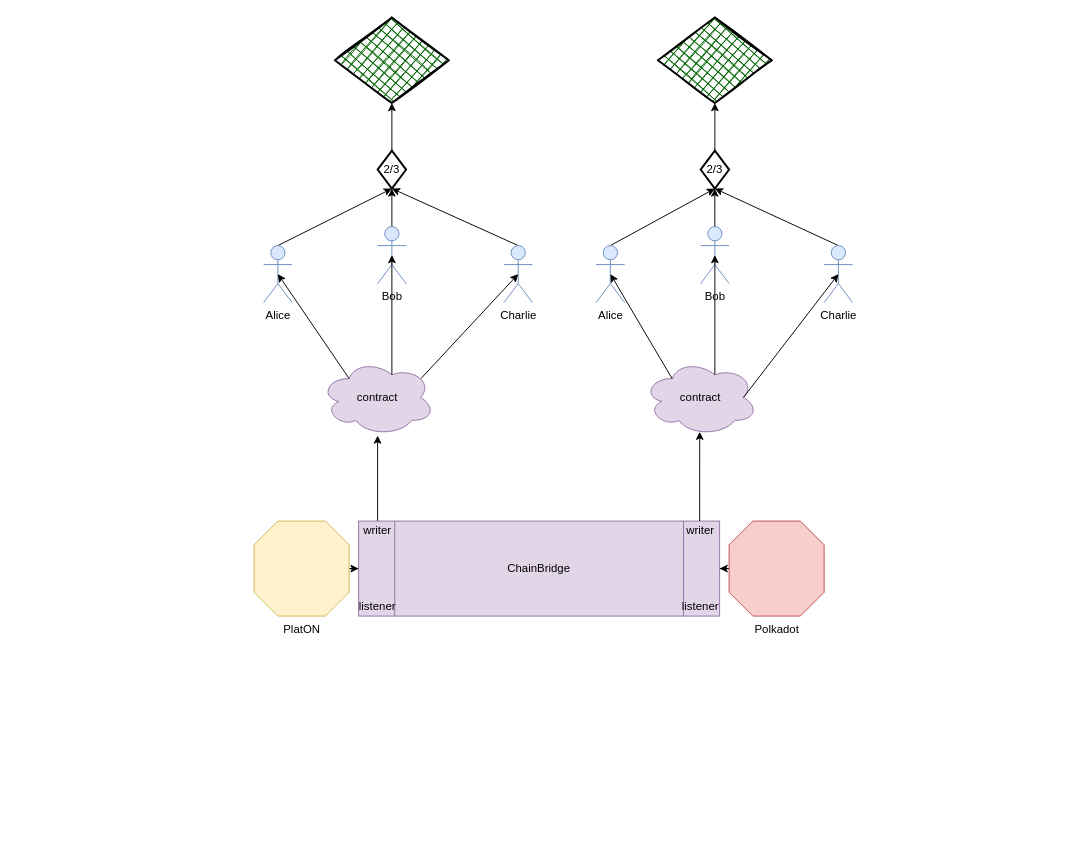
The draw.io diagram ChainBridgeDesign.drawio in 0xrjman/ChainBridgeDocs, before the edit. Source tidied: cells renumbered, new cells numbered last; positions are measured from the earlier drawing's top-left corner, leaving out a move shared by most shapes. Both pictures are drawn from the tidied source at 95%, with x=0, y=0 at pixel (254, 17).
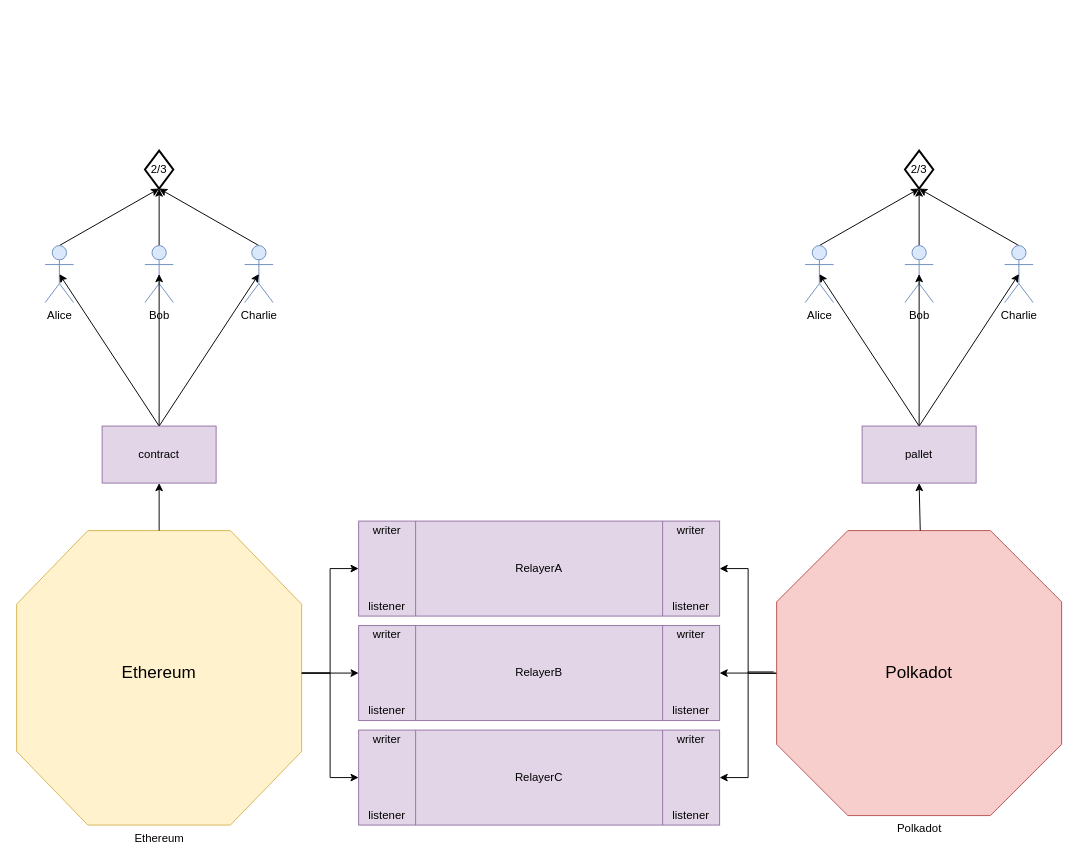
The same page after the edit.

The edit, as a diff of the source:
```diff
@@
     <mxCell id="2" style="edgeStyle=orthogonalEdgeStyle;rounded=0;jettySize=auto;html=1;" parent="1" edge="1" source="3" target="7">
-      <mxGeometry relative="1" as="geometry" />
+      <mxGeometry relative="1" as="geometry">
+        <Array as="points">
+          <mxPoint x="80" y="690" />
+          <mxPoint x="80" y="580" />
+        </Array>
+      </mxGeometry>
     </mxCell>
-    <mxCell id="3" value="PlatON" style="verticalLabelPosition=bottom;verticalAlign=top;html=1;shape=mxgraph.basic.polygon;polyCoords=[[0.25,0],[0.75,0],[1,0.25],[1,0.75],[0.75,1],[0.25,1],[0,0.75],[0,0.25]];polyline=0;fillColor=#fff2cc;strokeColor=#d6b656;" parent="1" vertex="1">
-      <mxGeometry y="530" width="100" height="100" as="geometry" />
+    <mxCell id="3" value="Ethereum" style="verticalLabelPosition=bottom;verticalAlign=top;html=1;shape=mxgraph.basic.polygon;polyCoords=[[0.25,0],[0.75,0],[1,0.25],[1,0.75],[0.75,1],[0.25,1],[0,0.75],[0,0.25]];polyline=0;fillColor=#fff2cc;strokeColor=#d6b656;" parent="1" vertex="1">
+      <mxGeometry x="-250" y="540" width="300" height="310" as="geometry" />
     </mxCell>
@@
     <mxCell id="5" value="Polkadot" style="verticalLabelPosition=bottom;verticalAlign=top;html=1;shape=mxgraph.basic.polygon;polyCoords=[[0.25,0],[0.75,0],[1,0.25],[1,0.75],[0.75,1],[0.25,1],[0,0.75],[0,0.25]];polyline=0;fillColor=#f8cecc;strokeColor=#b85450;" parent="1" vertex="1">
-      <mxGeometry x="500" y="530" width="100" height="100" as="geometry" />
+      <mxGeometry x="550" y="540" width="300" height="300" as="geometry" />
     </mxCell>
-    <mxCell id="6" style="rounded=0;jettySize=auto;html=1;exitX=0.5;exitY=0;exitDx=0;exitDy=0;" parent="1" edge="1" source="10" target="12">
+    <mxCell id="6" style="rounded=0;jettySize=auto;html=1;exitX=0.5;exitY=0;exitDx=0;exitDy=0;exitPerimeter=0;entryX=0.5;entryY=1;entryDx=0;entryDy=0;" parent="1" edge="1" source="3" target="39">
       <mxGeometry relative="1" as="geometry" />
     </mxCell>
-    <mxCell id="7" value="ChainBridge" style="shape=process;whiteSpace=wrap;html=1;backgroundOutline=1;fillColor=#e1d5e7;strokeColor=#9673a6;" parent="1" vertex="1">
+    <mxCell id="7" value="RelayerA" style="shape=process;whiteSpace=wrap;html=1;backgroundOutline=1;fillColor=#e1d5e7;strokeColor=#9673a6;size=0.15789473684210525;" parent="1" vertex="1">
       <mxGeometry x="110" y="530" width="380" height="100" as="geometry" />
     </mxCell>
     <mxCell id="8" value="listener" style="text;html=1;strokeColor=none;fillColor=none;align=center;verticalAlign=middle;whiteSpace=wrap;rounded=0;" parent="1" vertex="1">
-      <mxGeometry x="110" y="610" width="40" height="20" as="geometry" />
+      <mxGeometry x="120" y="610" width="40" height="20" as="geometry" />
     </mxCell>
     <mxCell id="9" value="listener" style="text;html=1;strokeColor=none;fillColor=none;align=center;verticalAlign=middle;whiteSpace=wrap;rounded=0;" parent="1" vertex="1">
-      <mxGeometry x="450" y="610" width="40" height="20" as="geometry" />
+      <mxGeometry x="440" y="610" width="40" height="20" as="geometry" />
     </mxCell>
     <mxCell id="10" value="writer" style="text;html=1;strokeColor=none;fillColor=none;align=center;verticalAlign=middle;whiteSpace=wrap;rounded=0;" parent="1" vertex="1">
-      <mxGeometry x="110" y="530" width="40" height="20" as="geometry" />
+      <mxGeometry x="120" y="530" width="40" height="20" as="geometry" />
     </mxCell>
     <mxCell id="11" value="writer" style="text;html=1;strokeColor=none;fillColor=none;align=center;verticalAlign=middle;whiteSpace=wrap;rounded=0;" parent="1" vertex="1">
-      <mxGeometry x="450" y="530" width="40" height="20" as="geometry" />
+      <mxGeometry x="440" y="530" width="40" height="20" as="geometry" />
     </mxCell>
-    <mxCell id="12" value="contract" style="ellipse;shape=cloud;whiteSpace=wrap;html=1;strokeColor=#9673a6;fillColor=#e1d5e7;" parent="1" vertex="1">
-      <mxGeometry x="70" y="360" width="120" height="80" as="geometry" />
-    </mxCell>
-    <mxCell id="13" value="contract" style="ellipse;shape=cloud;whiteSpace=wrap;html=1;strokeColor=#9673a6;fillColor=#e1d5e7;" parent="1" vertex="1">
-      <mxGeometry x="410" y="360" width="120" height="80" as="geometry" />
-    </mxCell>
-    <mxCell id="14" style="rounded=0;jettySize=auto;html=1;entryX=0.492;entryY=0.95;entryDx=0;entryDy=0;entryPerimeter=0;" parent="1" edge="1" target="13">
-      <mxGeometry relative="1" as="geometry">
-        <mxPoint x="469" y="530" as="sourcePoint" />
-      </mxGeometry>
+    <mxCell id="14" style="rounded=0;jettySize=auto;html=1;entryX=0.5;entryY=1;entryDx=0;entryDy=0;exitX=0.504;exitY=0;exitDx=0;exitDy=0;exitPerimeter=0;" parent="1" edge="1" source="5" target="46">
+      <mxGeometry relative="1" as="geometry" />
     </mxCell>
@@
     <mxCell id="16" value="Bob" style="shape=umlActor;verticalLabelPosition=bottom;verticalAlign=top;html=1;outlineConnect=0;fillColor=#dae8fc;strokeColor=#6c8ebf;" parent="1" vertex="1">
-      <mxGeometry x="130" y="220" width="30" height="60" as="geometry" />
+      <mxGeometry x="-115" y="240" width="30" height="60" as="geometry" />
     </mxCell>
-    <mxCell id="17" style="endArrow=classic;html=1;entryX=0.5;entryY=0.5;entryDx=0;entryDy=0;entryPerimeter=0;exitX=0.625;exitY=0.2;exitDx=0;exitDy=0;exitPerimeter=0;" parent="1" edge="1" source="12" target="16">
+    <mxCell id="17" style="endArrow=classic;html=1;entryX=0.5;entryY=0.5;entryDx=0;entryDy=0;entryPerimeter=0;exitX=0.5;exitY=0;exitDx=0;exitDy=0;" parent="1" edge="1" source="39" target="16">
       <mxGeometry relative="1" as="geometry" />
     </mxCell>
@@
     <mxCell id="19" value="Charlie" style="shape=umlActor;verticalLabelPosition=bottom;verticalAlign=top;html=1;outlineConnect=0;fillColor=#dae8fc;strokeColor=#6c8ebf;" parent="1" vertex="1">
-      <mxGeometry x="263" y="240" width="30" height="60" as="geometry" />
+      <mxGeometry x="-10" y="240" width="30" height="60" as="geometry" />
     </mxCell>
-    <mxCell id="20" style="endArrow=classic;html=1;entryX=0.5;entryY=0.5;entryDx=0;entryDy=0;entryPerimeter=0;exitX=0.88;exitY=0.25;exitDx=0;exitDy=0;exitPerimeter=0;" parent="1" edge="1" source="12" target="19">
+    <mxCell id="20" style="endArrow=classic;html=1;entryX=0.5;entryY=0.5;entryDx=0;entryDy=0;entryPerimeter=0;exitX=0.5;exitY=0;exitDx=0;exitDy=0;" parent="1" edge="1" source="39" target="19">
       <mxGeometry relative="1" as="geometry" />
     </mxCell>
@@
     <mxCell id="22" value="Alice" style="shape=umlActor;verticalLabelPosition=bottom;verticalAlign=top;html=1;outlineConnect=0;fillColor=#dae8fc;strokeColor=#6c8ebf;" parent="1" vertex="1">
-      <mxGeometry x="10" y="240" width="30" height="60" as="geometry" />
+      <mxGeometry x="-220" y="240" width="30" height="60" as="geometry" />
     </mxCell>
-    <mxCell id="23" style="endArrow=classic;html=1;entryX=0.5;entryY=0.5;entryDx=0;entryDy=0;entryPerimeter=0;exitX=0.25;exitY=0.25;exitDx=0;exitDy=0;exitPerimeter=0;" parent="1" edge="1" source="12" target="22">
+    <mxCell id="23" style="endArrow=classic;html=1;entryX=0.5;entryY=0.5;entryDx=0;entryDy=0;entryPerimeter=0;exitX=0.5;exitY=0;exitDx=0;exitDy=0;" parent="1" edge="1" source="39" target="22">
       <mxGeometry relative="1" as="geometry" />
     </mxCell>
-    <mxCell id="24" style="edgeStyle=none;rounded=0;jettySize=auto;html=1;exitX=0.5;exitY=0;exitDx=0;exitDy=0;exitPerimeter=0;" parent="1" edge="1" source="25">
-      <mxGeometry relative="1" as="geometry">
-        <mxPoint x="484.9" y="180" as="targetPoint" />
-      </mxGeometry>
-    </mxCell>
+    <mxCell id="35" value="2/3" style="strokeWidth=2;html=1;shape=mxgraph.flowchart.decision;whiteSpace=wrap;" parent="1" vertex="1">
+      <mxGeometry x="-115" y="140" width="30" height="40" as="geometry" />
+    </mxCell>
+    <mxCell id="39" value="contract" style="whiteSpace=wrap;html=1;strokeColor=#9673a6;fillColor=#e1d5e7;" parent="1" vertex="1">
+      <mxGeometry x="-160" y="430" width="120" height="60" as="geometry" />
+    </mxCell>
+    <mxCell id="40" style="edgeStyle=none;rounded=0;jettySize=auto;html=1;exitX=0.5;exitY=0;exitDx=0;exitDy=0;exitPerimeter=0;entryX=0.5;entryY=1;entryDx=0;entryDy=0;entryPerimeter=0;" parent="1" edge="1" source="25">
+      <mxGeometry relative="1" as="geometry">
+        <mxPoint x="700" y="180" as="targetPoint" />
+      </mxGeometry>
+    </mxCell>
     <mxCell id="25" value="Bob" style="shape=umlActor;verticalLabelPosition=bottom;verticalAlign=top;html=1;outlineConnect=0;fillColor=#dae8fc;strokeColor=#6c8ebf;" parent="1" vertex="1">
-      <mxGeometry x="470" y="220" width="30" height="60" as="geometry" />
+      <mxGeometry x="685" y="240" width="30" height="60" as="geometry" />
     </mxCell>
-    <mxCell id="26" style="edgeStyle=none;rounded=0;jettySize=auto;html=1;exitX=0.5;exitY=0;exitDx=0;exitDy=0;exitPerimeter=0;entryX=0.5;entryY=1;entryDx=0;entryDy=0;entryPerimeter=0;" parent="1" edge="1" source="27" target="38">
-      <mxGeometry relative="1" as="geometry" />
-    </mxCell>
+    <mxCell id="41" style="endArrow=classic;html=1;entryX=0.5;entryY=0.5;entryDx=0;entryDy=0;entryPerimeter=0;exitX=0.5;exitY=0;exitDx=0;exitDy=0;" parent="1" edge="1" source="46" target="25">
+      <mxGeometry relative="1" as="geometry" />
+    </mxCell>
+    <mxCell id="42" style="edgeStyle=none;rounded=0;jettySize=auto;html=1;exitX=0.5;exitY=0;exitDx=0;exitDy=0;exitPerimeter=0;entryX=0.5;entryY=1;entryDx=0;entryDy=0;entryPerimeter=0;" parent="1" edge="1" source="27">
+      <mxGeometry relative="1" as="geometry">
+        <mxPoint x="700" y="180" as="targetPoint" />
+      </mxGeometry>
+    </mxCell>
     <mxCell id="27" value="Charlie" style="shape=umlActor;verticalLabelPosition=bottom;verticalAlign=top;html=1;outlineConnect=0;fillColor=#dae8fc;strokeColor=#6c8ebf;" parent="1" vertex="1">
-      <mxGeometry x="600" y="240" width="30" height="60" as="geometry" />
+      <mxGeometry x="790" y="240" width="30" height="60" as="geometry" />
     </mxCell>
-    <mxCell id="28" style="edgeStyle=none;rounded=0;jettySize=auto;html=1;exitX=0.5;exitY=0;exitDx=0;exitDy=0;exitPerimeter=0;entryX=0.5;entryY=1;entryDx=0;entryDy=0;entryPerimeter=0;" parent="1" edge="1" source="29" target="38">
-      <mxGeometry relative="1" as="geometry" />
-    </mxCell>
+    <mxCell id="43" style="endArrow=classic;html=1;entryX=0.5;entryY=0.5;entryDx=0;entryDy=0;entryPerimeter=0;exitX=0.5;exitY=0;exitDx=0;exitDy=0;" parent="1" edge="1" source="46" target="27">
+      <mxGeometry relative="1" as="geometry" />
+    </mxCell>
+    <mxCell id="44" style="edgeStyle=none;rounded=0;jettySize=auto;html=1;exitX=0.5;exitY=0;exitDx=0;exitDy=0;exitPerimeter=0;entryX=0.5;entryY=1;entryDx=0;entryDy=0;entryPerimeter=0;" parent="1" edge="1" source="29">
+      <mxGeometry relative="1" as="geometry">
+        <mxPoint x="700" y="180" as="targetPoint" />
+      </mxGeometry>
+    </mxCell>
     <mxCell id="29" value="Alice" style="shape=umlActor;verticalLabelPosition=bottom;verticalAlign=top;html=1;outlineConnect=0;fillColor=#dae8fc;strokeColor=#6c8ebf;" parent="1" vertex="1">
-      <mxGeometry x="360" y="240" width="30" height="60" as="geometry" />
+      <mxGeometry x="580" y="240" width="30" height="60" as="geometry" />
     </mxCell>
-    <mxCell id="30" style="endArrow=classic;html=1;exitX=0.25;exitY=0.25;exitDx=0;exitDy=0;exitPerimeter=0;entryX=0.5;entryY=0.5;entryDx=0;entryDy=0;entryPerimeter=0;" parent="1" edge="1" source="13" target="29">
-      <mxGeometry relative="1" as="geometry" />
-    </mxCell>
-    <mxCell id="31" style="endArrow=classic;html=1;entryX=0.5;entryY=0.5;entryDx=0;entryDy=0;entryPerimeter=0;exitX=0.625;exitY=0.2;exitDx=0;exitDy=0;exitPerimeter=0;" parent="1" edge="1" source="13" target="25">
-      <mxGeometry relative="1" as="geometry" />
-    </mxCell>
-    <mxCell id="32" style="endArrow=classic;html=1;exitX=0.875;exitY=0.5;exitDx=0;exitDy=0;exitPerimeter=0;entryX=0.5;entryY=0.5;entryDx=0;entryDy=0;entryPerimeter=0;" parent="1" edge="1" source="13" target="27">
-      <mxGeometry relative="1" as="geometry" />
-    </mxCell>
-    <mxCell id="33" style="rhombus;whiteSpace=wrap;html=1;strokeWidth=2;fillWeight=-1;hachureGap=8;fillStyle=cross-hatch;fillColor=#006600;sketch=1;" parent="1" vertex="1">
-      <mxGeometry x="85" width="120" height="90" as="geometry" />
-    </mxCell>
-    <mxCell id="34" style="edgeStyle=none;rounded=0;jettySize=auto;html=1;" parent="1" edge="1" source="35" target="33">
-      <mxGeometry relative="1" as="geometry" />
-    </mxCell>
-    <mxCell id="35" value="2/3" style="strokeWidth=2;html=1;shape=mxgraph.flowchart.decision;whiteSpace=wrap;" parent="1" vertex="1">
-      <mxGeometry x="130" y="140" width="30" height="40" as="geometry" />
-    </mxCell>
-    <mxCell id="36" style="rhombus;whiteSpace=wrap;html=1;strokeWidth=2;fillWeight=-1;hachureGap=8;fillStyle=cross-hatch;fillColor=#006600;sketch=1;" parent="1" vertex="1">
-      <mxGeometry x="425" width="120" height="90" as="geometry" />
-    </mxCell>
-    <mxCell id="37" style="edgeStyle=none;rounded=0;jettySize=auto;html=1;" parent="1" edge="1" source="38" target="36">
-      <mxGeometry relative="1" as="geometry" />
-    </mxCell>
+    <mxCell id="45" style="endArrow=classic;html=1;entryX=0.5;entryY=0.5;entryDx=0;entryDy=0;entryPerimeter=0;exitX=0.5;exitY=0;exitDx=0;exitDy=0;" parent="1" edge="1" source="46" target="29">
+      <mxGeometry relative="1" as="geometry" />
+    </mxCell>
     <mxCell id="38" value="2/3" style="strokeWidth=2;html=1;shape=mxgraph.flowchart.decision;whiteSpace=wrap;" parent="1" vertex="1">
-      <mxGeometry x="470" y="140" width="30" height="40" as="geometry" />
+      <mxGeometry x="685" y="140" width="30" height="40" as="geometry" />
     </mxCell>
+    <mxCell id="46" value="pallet" style="whiteSpace=wrap;html=1;strokeColor=#9673a6;fillColor=#e1d5e7;" parent="1" vertex="1">
+      <mxGeometry x="640" y="430" width="120" height="60" as="geometry" />
+    </mxCell>
+    <mxCell id="47" value="RelayerB" style="shape=process;whiteSpace=wrap;html=1;backgroundOutline=1;fillColor=#e1d5e7;strokeColor=#9673a6;size=0.15789473684210525;" parent="1" vertex="1">
+      <mxGeometry x="110" y="640" width="380" height="100" as="geometry" />
+    </mxCell>
+    <mxCell id="48" value="listener" style="text;html=1;strokeColor=none;fillColor=none;align=center;verticalAlign=middle;whiteSpace=wrap;rounded=0;" parent="1" vertex="1">
+      <mxGeometry x="120" y="720" width="40" height="20" as="geometry" />
+    </mxCell>
+    <mxCell id="49" value="listener" style="text;html=1;strokeColor=none;fillColor=none;align=center;verticalAlign=middle;whiteSpace=wrap;rounded=0;" parent="1" vertex="1">
+      <mxGeometry x="440" y="720" width="40" height="20" as="geometry" />
+    </mxCell>
+    <mxCell id="50" value="writer" style="text;html=1;strokeColor=none;fillColor=none;align=center;verticalAlign=middle;whiteSpace=wrap;rounded=0;" parent="1" vertex="1">
+      <mxGeometry x="120" y="640" width="40" height="20" as="geometry" />
+    </mxCell>
+    <mxCell id="51" value="writer" style="text;html=1;strokeColor=none;fillColor=none;align=center;verticalAlign=middle;whiteSpace=wrap;rounded=0;" parent="1" vertex="1">
+      <mxGeometry x="440" y="640" width="40" height="20" as="geometry" />
+    </mxCell>
+    <mxCell id="52" value="RelayerC" style="shape=process;whiteSpace=wrap;html=1;backgroundOutline=1;fillColor=#e1d5e7;strokeColor=#9673a6;size=0.15789473684210525;" parent="1" vertex="1">
+      <mxGeometry x="110" y="750" width="380" height="100" as="geometry" />
+    </mxCell>
+    <mxCell id="53" value="listener" style="text;html=1;strokeColor=none;fillColor=none;align=center;verticalAlign=middle;whiteSpace=wrap;rounded=0;" parent="1" vertex="1">
+      <mxGeometry x="120" y="830" width="40" height="20" as="geometry" />
+    </mxCell>
+    <mxCell id="54" value="listener" style="text;html=1;strokeColor=none;fillColor=none;align=center;verticalAlign=middle;whiteSpace=wrap;rounded=0;" parent="1" vertex="1">
+      <mxGeometry x="440" y="830" width="40" height="20" as="geometry" />
+    </mxCell>
+    <mxCell id="55" value="writer" style="text;html=1;strokeColor=none;fillColor=none;align=center;verticalAlign=middle;whiteSpace=wrap;rounded=0;" parent="1" vertex="1">
+      <mxGeometry x="120" y="750" width="40" height="20" as="geometry" />
+    </mxCell>
+    <mxCell id="56" value="writer" style="text;html=1;strokeColor=none;fillColor=none;align=center;verticalAlign=middle;whiteSpace=wrap;rounded=0;" parent="1" vertex="1">
+      <mxGeometry x="440" y="750" width="40" height="20" as="geometry" />
+    </mxCell>
+    <mxCell id="57" style="edgeStyle=orthogonalEdgeStyle;rounded=0;jettySize=auto;html=1;entryX=1;entryY=0.5;entryDx=0;entryDy=0;exitX=-0.01;exitY=0.496;exitDx=0;exitDy=0;exitPerimeter=0;" parent="1" edge="1" source="5" target="47">
+      <mxGeometry relative="1" as="geometry" />
+    </mxCell>
+    <mxCell id="58" style="edgeStyle=orthogonalEdgeStyle;rounded=0;jettySize=auto;html=1;entryX=1;entryY=0.5;entryDx=0;entryDy=0;exitX=-0.001;exitY=0.501;exitDx=0;exitDy=0;exitPerimeter=0;" parent="1" edge="1" source="5" target="52">
+      <mxGeometry relative="1" as="geometry" />
+    </mxCell>
+    <mxCell id="59" style="rounded=0;jettySize=auto;html=1;entryX=0;entryY=0.5;entryDx=0;entryDy=0;" parent="1" edge="1" target="47">
+      <mxGeometry relative="1" as="geometry">
+        <mxPoint x="50" y="690" as="sourcePoint" />
+      </mxGeometry>
+    </mxCell>
+    <mxCell id="60" style="rounded=0;jettySize=auto;html=1;entryX=0;entryY=0.5;entryDx=0;entryDy=0;edgeStyle=orthogonalEdgeStyle;" parent="1" edge="1" target="52">
+      <mxGeometry relative="1" as="geometry">
+        <mxPoint x="50" y="690" as="sourcePoint" />
+        <Array as="points">
+          <mxPoint x="80" y="690" />
+          <mxPoint x="80" y="800" />
+        </Array>
+      </mxGeometry>
+    </mxCell>
+    <mxCell id="61" value="&lt;font style=&quot;font-size: 18px&quot;&gt;Ethereum&lt;/font&gt;" style="text;html=1;strokeColor=none;fillColor=none;align=center;verticalAlign=middle;whiteSpace=wrap;rounded=0;" parent="1" vertex="1">
+      <mxGeometry x="-120" y="680" width="40" height="20" as="geometry" />
+    </mxCell>
+    <mxCell id="62" value="&lt;font style=&quot;font-size: 18px&quot;&gt;Polkadot&lt;/font&gt;" style="text;html=1;strokeColor=none;fillColor=none;align=center;verticalAlign=middle;whiteSpace=wrap;rounded=0;strokeWidth=2;" parent="1" vertex="1">
+      <mxGeometry x="680" y="680" width="40" height="20" as="geometry" />
+    </mxCell>
```
